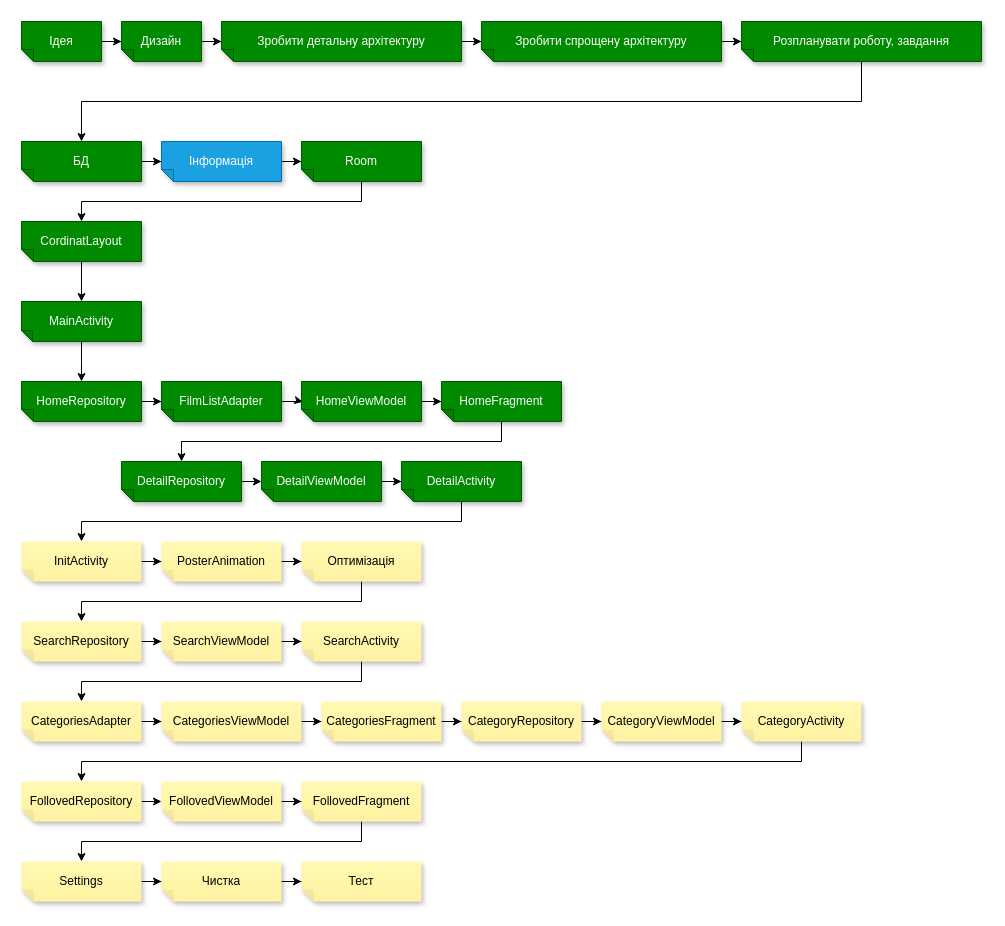
This is page "Завдання" (2 of 2) of files for project/MoviesReview.drawio from SviatKuzbyt/MoviesReview, a draw.io file, before an edit. Source tidied: cells renumbered, new cells numbered last; positions are measured from the earlier drawing's top-left corner, leaving out a move shared by most shapes. Both pictures are drawn from the tidied source at 100%, with x=0, y=0 at pixel (21, 21).
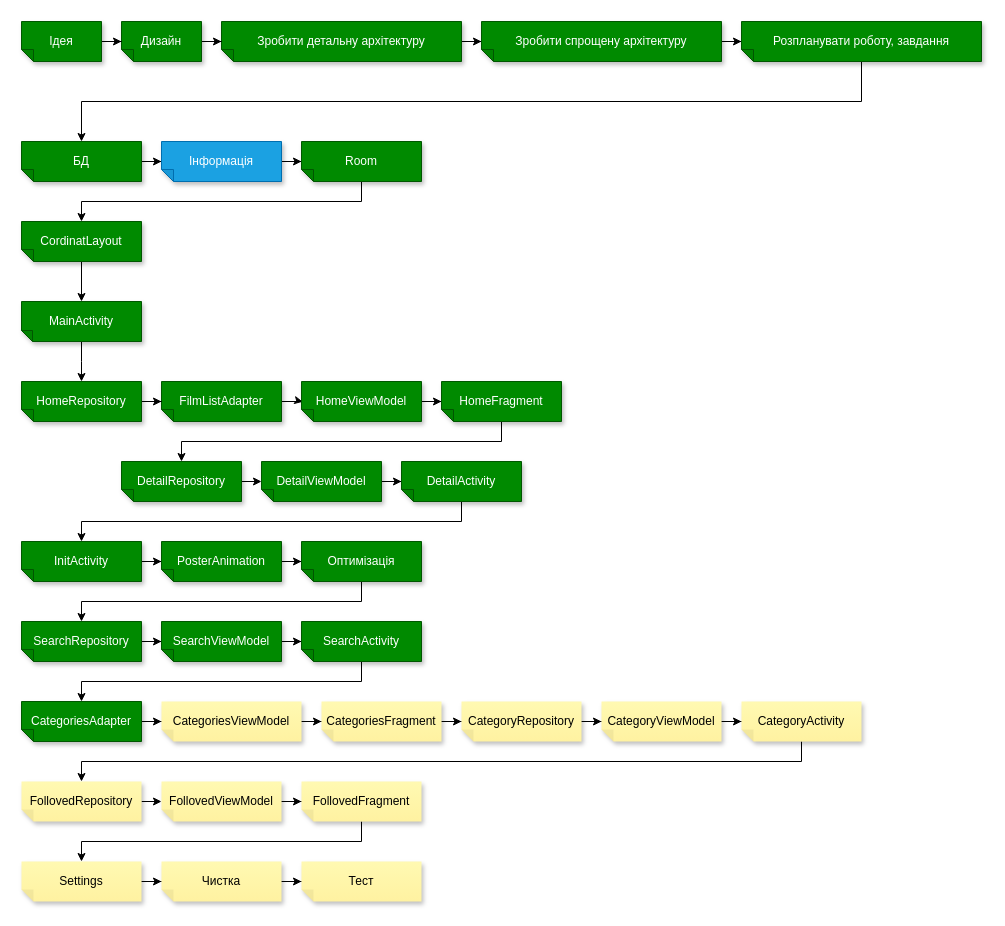
The same diagram, later.

The edit, as a diff of the source:
```diff
@@
-    <mxCell id="33" value="CategoriesAdapter" style="shape=note;whiteSpace=wrap;html=1;backgroundOutline=1;fontColor=#000000;darkOpacity=0.05;fillColor=#FFF9B2;strokeColor=none;fillStyle=solid;direction=west;gradientDirection=north;gradientColor=#FFF2A1;shadow=1;size=12;" parent="1" vertex="1">
+    <mxCell id="33" value="CategoriesAdapter" style="shape=note;whiteSpace=wrap;html=1;backgroundOutline=1;fontColor=#ffffff;darkOpacity=0.05;fillColor=#008a00;strokeColor=#005700;fillStyle=solid;direction=west;gradientDirection=north;shadow=1;size=12;" parent="1" vertex="1">
       <mxGeometry y="680" width="120" height="40" as="geometry" />
     </mxCell>
@@
-    <mxCell id="45" value="SearchRepository" style="shape=note;whiteSpace=wrap;html=1;backgroundOutline=1;fontColor=#000000;darkOpacity=0.05;fillColor=#FFF9B2;strokeColor=none;fillStyle=solid;direction=west;gradientDirection=north;gradientColor=#FFF2A1;shadow=1;size=12;" parent="1" vertex="1">
+    <mxCell id="45" value="SearchRepository" style="shape=note;whiteSpace=wrap;html=1;backgroundOutline=1;fontColor=#ffffff;darkOpacity=0.05;fillColor=#008a00;strokeColor=#005700;fillStyle=solid;direction=west;gradientDirection=north;shadow=1;size=12;" parent="1" vertex="1">
       <mxGeometry y="600" width="120" height="40" as="geometry" />
     </mxCell>
@@
-    <mxCell id="47" value="SearchViewModel" style="shape=note;whiteSpace=wrap;html=1;backgroundOutline=1;fontColor=#000000;darkOpacity=0.05;fillColor=#FFF9B2;strokeColor=none;fillStyle=solid;direction=west;gradientDirection=north;gradientColor=#FFF2A1;shadow=1;size=12;" parent="1" vertex="1">
+    <mxCell id="47" value="SearchViewModel" style="shape=note;whiteSpace=wrap;html=1;backgroundOutline=1;fontColor=#ffffff;darkOpacity=0.05;fillColor=#008a00;strokeColor=#005700;fillStyle=solid;direction=west;gradientDirection=north;shadow=1;size=12;" parent="1" vertex="1">
       <mxGeometry x="140" y="600" width="120" height="40" as="geometry" />
     </mxCell>
@@
-    <mxCell id="49" value="SearchActivity" style="shape=note;whiteSpace=wrap;html=1;backgroundOutline=1;fontColor=#000000;darkOpacity=0.05;fillColor=#FFF9B2;strokeColor=none;fillStyle=solid;direction=west;gradientDirection=north;gradientColor=#FFF2A1;shadow=1;size=12;" parent="1" vertex="1">
+    <mxCell id="49" value="SearchActivity" style="shape=note;whiteSpace=wrap;html=1;backgroundOutline=1;fontColor=#ffffff;darkOpacity=0.05;fillColor=#008a00;strokeColor=#005700;fillStyle=solid;direction=west;gradientDirection=north;shadow=1;size=12;" parent="1" vertex="1">
       <mxGeometry x="280" y="600" width="120" height="40" as="geometry" />
     </mxCell>
@@
-    <mxCell id="66" value="InitActivity" style="shape=note;whiteSpace=wrap;html=1;backgroundOutline=1;fontColor=#000000;darkOpacity=0.05;fillColor=#FFF9B2;strokeColor=none;fillStyle=solid;direction=west;gradientDirection=north;gradientColor=#FFF2A1;shadow=1;size=12;" parent="1" vertex="1">
+    <mxCell id="66" value="InitActivity" style="shape=note;whiteSpace=wrap;html=1;backgroundOutline=1;fontColor=#ffffff;darkOpacity=0.05;fillColor=#008a00;strokeColor=#005700;fillStyle=solid;direction=west;gradientDirection=north;shadow=1;size=12;" parent="1" vertex="1">
       <mxGeometry y="520" width="120" height="40" as="geometry" />
     </mxCell>
@@
-    <mxCell id="68" value="PosterAnimation" style="shape=note;whiteSpace=wrap;html=1;backgroundOutline=1;fontColor=#000000;darkOpacity=0.05;fillColor=#FFF9B2;strokeColor=none;fillStyle=solid;direction=west;gradientDirection=north;gradientColor=#FFF2A1;shadow=1;size=12;" parent="1" vertex="1">
+    <mxCell id="68" value="PosterAnimation" style="shape=note;whiteSpace=wrap;html=1;backgroundOutline=1;fontColor=#ffffff;darkOpacity=0.05;fillColor=#008a00;strokeColor=#005700;fillStyle=solid;direction=west;gradientDirection=north;shadow=1;size=12;" parent="1" vertex="1">
       <mxGeometry x="140" y="520" width="120" height="40" as="geometry" />
     </mxCell>
@@
-    <mxCell id="70" value="Оптимізація" style="shape=note;whiteSpace=wrap;html=1;backgroundOutline=1;fontColor=#000000;darkOpacity=0.05;fillColor=#FFF9B2;strokeColor=none;fillStyle=solid;direction=west;gradientDirection=north;gradientColor=#FFF2A1;shadow=1;size=12;" parent="1" vertex="1">
+    <mxCell id="70" value="Оптимізація" style="shape=note;whiteSpace=wrap;html=1;backgroundOutline=1;fontColor=#ffffff;darkOpacity=0.05;fillColor=#008a00;strokeColor=#005700;fillStyle=solid;direction=west;gradientDirection=north;shadow=1;size=12;" parent="1" vertex="1">
       <mxGeometry x="280" y="520" width="120" height="40" as="geometry" />
     </mxCell>
```
